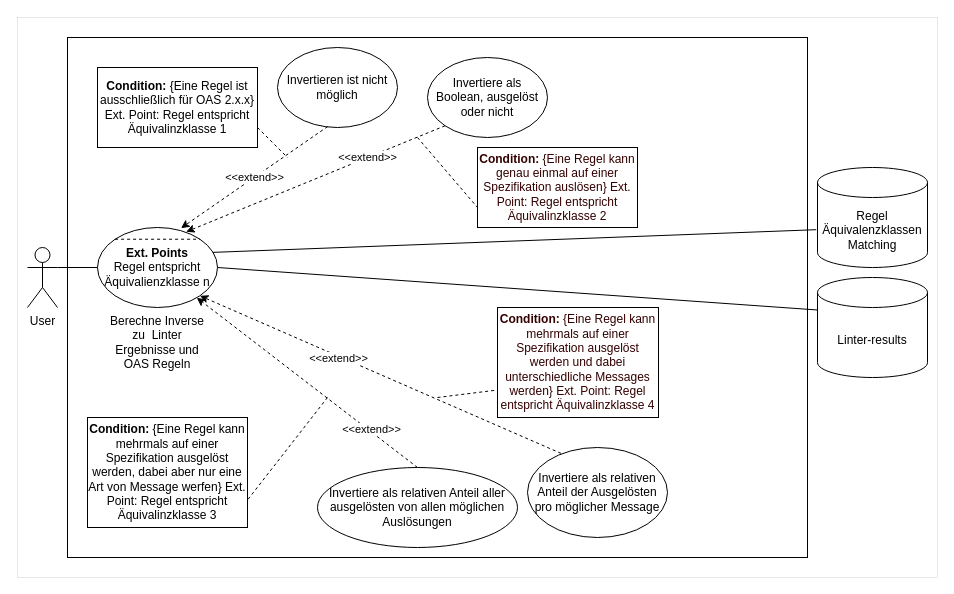
This is requirements/usecase/invert.drawio from paulbrenker/thesis, a draw.io file, before an edit. Source tidied: cells renumbered, new cells numbered last; positions are measured from the earlier drawing's top-left corner, leaving out a move shared by most shapes. Both pictures are drawn from the tidied source at 100%, with x=0, y=0 at pixel (17, 17).
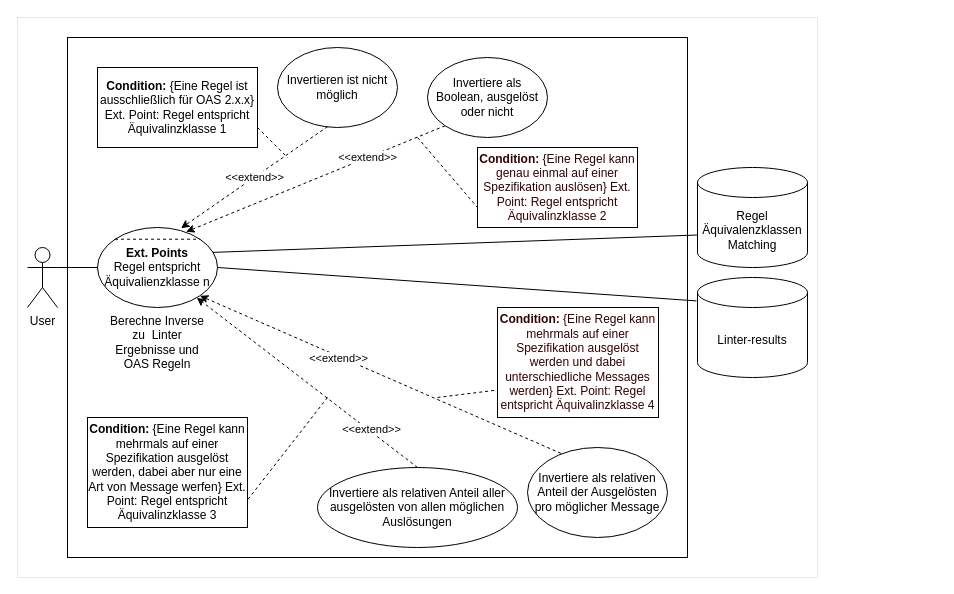
The same page after the edit.

Commit message (it also covers changes not shown here):
compact use case diagrams

Unchanged cells that the change refers to:
```xml
<mxCell id="5" value="&lt;b&gt;Ext. Points&lt;/b&gt;&lt;br&gt;Regel entspricht Äquivalienzklasse n" style="ellipse;whiteSpace=wrap;html=1;" parent="1" vertex="1">
  <mxGeometry x="80" y="210" width="120" height="80" as="geometry" />
</mxCell>
```

Diff of the diagram source:
```diff
@@
     <mxCell id="2" style="rounded=0;whiteSpace=wrap;html=1;strokeWidth=0;" parent="1" vertex="1">
-      <mxGeometry width="920" height="560" as="geometry" />
+      <mxGeometry width="800" height="560" as="geometry" />
     </mxCell>
     <mxCell id="3" style="rounded=0;whiteSpace=wrap;html=1;" parent="1" vertex="1">
-      <mxGeometry x="50" y="20" width="740" height="520" as="geometry" />
+      <mxGeometry x="50" y="20" width="620" height="520" as="geometry" />
     </mxCell>
@@
     <mxCell id="8" value="Regel Äquivalenzklassen Matching" style="shape=cylinder3;whiteSpace=wrap;html=1;boundedLbl=1;backgroundOutline=1;size=15;" parent="1" vertex="1">
-      <mxGeometry x="800" y="150" width="110" height="100" as="geometry" />
+      <mxGeometry x="680" y="150" width="110" height="100" as="geometry" />
     </mxCell>
     <mxCell id="9" value="Linter-results" style="shape=cylinder3;whiteSpace=wrap;html=1;boundedLbl=1;backgroundOutline=1;size=15;" parent="1" vertex="1">
-      <mxGeometry x="800" y="260" width="110" height="100" as="geometry" />
+      <mxGeometry x="680" y="260" width="110" height="100" as="geometry" />
     </mxCell>
-    <mxCell id="10" style="endArrow=none;html=1;exitX=0.96;exitY=0.311;exitDx=0;exitDy=0;entryX=-0.012;entryY=0.622;entryDx=0;entryDy=0;entryPerimeter=0;exitPerimeter=0;" parent="1" edge="1" source="5" target="8">
+    <mxCell id="10" style="endArrow=none;html=1;exitX=0.96;exitY=0.311;exitDx=0;exitDy=0;entryX=0;entryY=0;entryDx=0;entryDy=67.5;entryPerimeter=0;exitPerimeter=0;" parent="1" edge="1" source="5" target="8">
       <mxGeometry relative="1" as="geometry" />
     </mxCell>
@@
-    <mxCell id="12" style="endArrow=none;html=1;exitX=1;exitY=0.5;exitDx=0;exitDy=0;entryX=0;entryY=0;entryDx=0;entryDy=32.5;entryPerimeter=0;" parent="1" edge="1" source="5" target="9">
+    <mxCell id="12" style="endArrow=none;html=1;exitX=1;exitY=0.5;exitDx=0;exitDy=0;entryX=-0.01;entryY=0.234;entryDx=0;entryDy=0;entryPerimeter=0;" parent="1" edge="1" source="5" target="9">
       <mxGeometry relative="1" as="geometry" />
     </mxCell>
```
